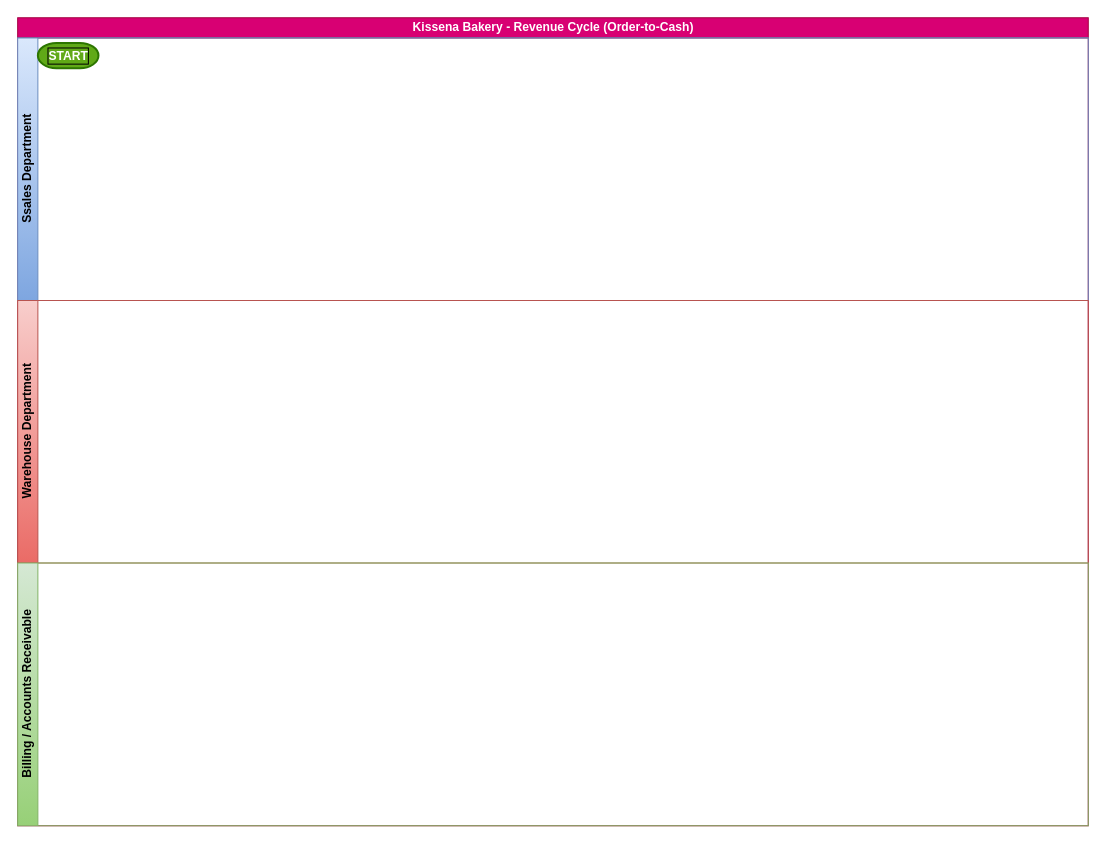
callefrankie227-beep/drawio keeps this draw.io diagram as Revenue_Cycle_Control.drawio. Above is the earlier version. Source tidied: cells renumbered, new cells numbered last; positions are measured from the earlier drawing's top-left corner, leaving out a move shared by most shapes. Both pictures are drawn from the tidied source at 101%, with x=0, y=0 at pixel (17, 17).
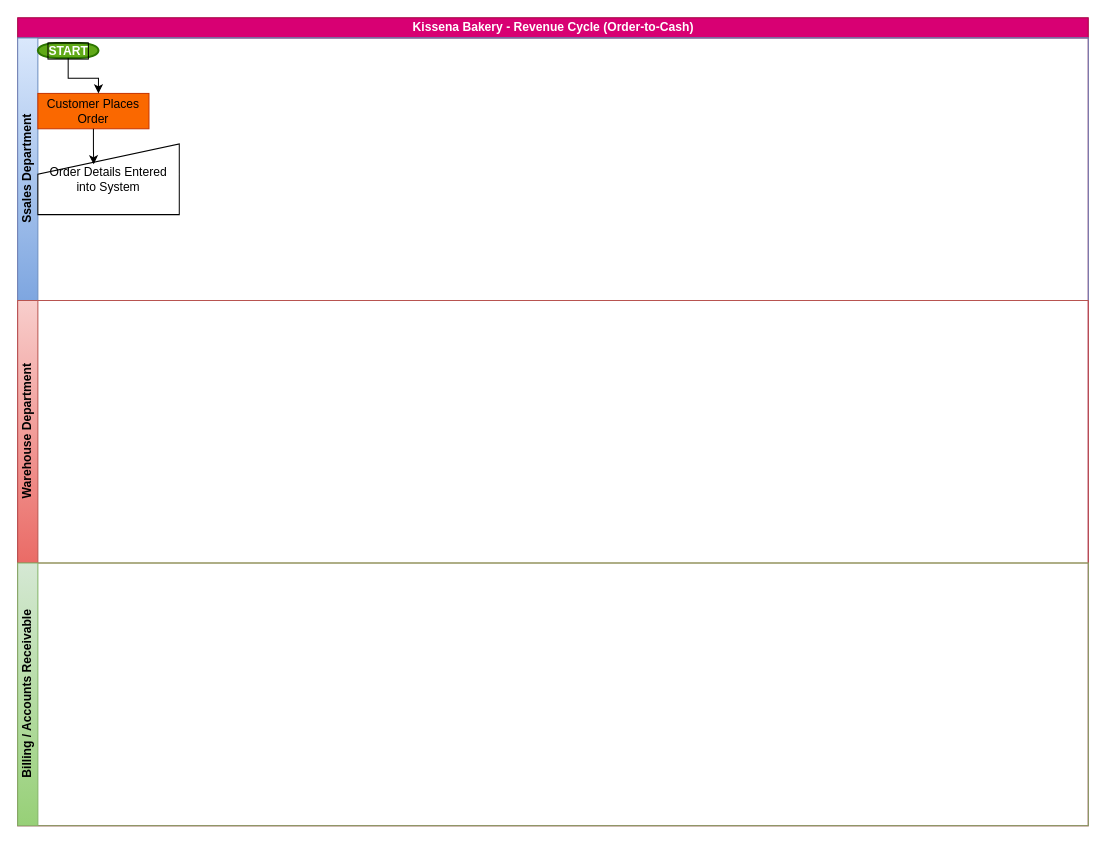
Above is the later version.

Diff of the diagram source:
```diff
@@
 <mxGraphModel>
   <root>
     <mxCell id="0" />
     <mxCell id="1" parent="0" />
     <mxCell id="2" value="Kissena Bakery - Revenue Cycle (Order-to-Cash)" style="swimlane;horizontal=1;startSize=20;html=1;fillColor=#d80073;strokeColor=#A50040;fontColor=#ffffff;" parent="1" vertex="1">
       <mxGeometry width="1060" height="800" as="geometry" />
     </mxCell>
     <mxCell id="3" value="Ssales Department" style="swimlane;startSize=20;horizontal=0;html=1;fillColor=#dae8fc;gradientColor=#7ea6e0;strokeColor=#6c8ebf;labelBorderColor=none;" parent="2" vertex="1">
       <mxGeometry y="20" width="1060" height="260" as="geometry" />
     </mxCell>
     <mxCell id="4" value="&lt;b&gt;START&lt;/b&gt;" style="strokeWidth=2;html=1;shape=mxgraph.flowchart.terminator;fillColor=#60a917;strokeColor=#2D7600;fontColor=#ffffff;labelBorderColor=light-dark(#000000,#66FF66);" parent="3" vertex="1">
-      <mxGeometry x="20" y="5" width="60" height="25" as="geometry" />
+      <mxGeometry x="20" y="5" width="60" height="15" as="geometry" />
     </mxCell>
+    <mxCell id="7" value="Customer Places Order" style="rounded=0;whiteSpace=wrap;html=1;fillColor=#fa6800;fontColor=#000000;strokeColor=#C73500;" parent="3" vertex="1">
+      <mxGeometry x="20" y="55" width="110" height="35" as="geometry" />
+    </mxCell>
+    <mxCell id="8" value="Order Details Entered into System" style="shape=manualInput;whiteSpace=wrap;html=1;" parent="3" vertex="1">
+      <mxGeometry x="20" y="105" width="140" height="70" as="geometry" />
+    </mxCell>
+    <mxCell id="9" style="edgeStyle=orthogonalEdgeStyle;rounded=0;jettySize=auto;html=1;entryX=0.395;entryY=0.288;entryDx=0;entryDy=0;entryPerimeter=0;" parent="3" edge="1" source="7" target="8">
+      <mxGeometry relative="1" as="geometry" />
+    </mxCell>
+    <mxCell id="10" style="edgeStyle=orthogonalEdgeStyle;rounded=0;jettySize=auto;html=1;entryX=0.545;entryY=0;entryDx=0;entryDy=0;entryPerimeter=0;" parent="3" edge="1" source="4" target="7">
+      <mxGeometry relative="1" as="geometry" />
+    </mxCell>
     <mxCell id="5" value="Warehouse Department" style="swimlane;startSize=20;horizontal=0;html=1;fillColor=#f8cecc;gradientColor=#ea6b66;strokeColor=#b85450;" parent="2" vertex="1">
       <mxGeometry y="280" width="1060" height="260" as="geometry" />
     </mxCell>
     <mxCell id="6" value="Billing / Accounts Receivable" style="swimlane;startSize=20;horizontal=0;html=1;fillColor=#d5e8d4;gradientColor=#97d077;strokeColor=#82b366;" parent="2" vertex="1">
       <mxGeometry y="540" width="1060" height="260" as="geometry" />
     </mxCell>
   </root>
 </mxGraphModel>
```
